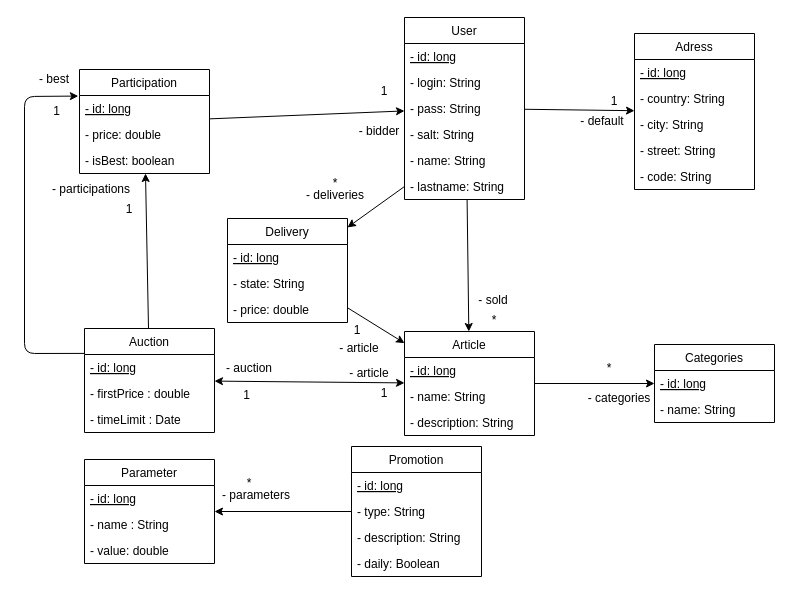
The draw.io diagram doc/conception/persistence.drawio in Reynault/Auction-JEE, before the edit. Source tidied: cells renumbered, new cells numbered last; positions are measured from the earlier drawing's top-left corner, leaving out a move shared by most shapes. Both pictures are drawn from the tidied source at 100%, with x=0, y=0 at pixel (24, 17).
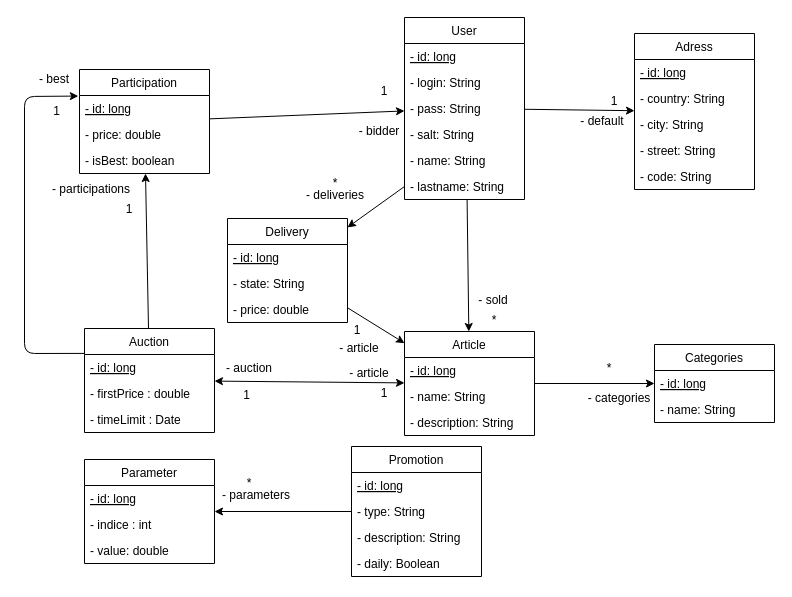
After the change.

The change refers to these unchanged cells:
```xml
<mxCell id="66" value="Parameter" style="swimlane;fontStyle=0;horizontal=1;startSize=26;fillColor=none;" parent="1" vertex="1">
  <mxGeometry x="60" y="442" width="130" height="104" as="geometry" />
</mxCell>
```

Change to the diagram source:
```diff
@@
-    <mxCell id="68" value="- name : String" style="text;strokeColor=none;fillColor=none;align=left;verticalAlign=top;spacingLeft=4;spacingRight=4;overflow=hidden;" parent="66" vertex="1">
+    <mxCell id="68" value="- indice : int" style="text;strokeColor=none;fillColor=none;align=left;verticalAlign=top;spacingLeft=4;spacingRight=4;overflow=hidden;" parent="66" vertex="1">
       <mxGeometry y="52" width="130" height="26" as="geometry" />
     </mxCell>
```
